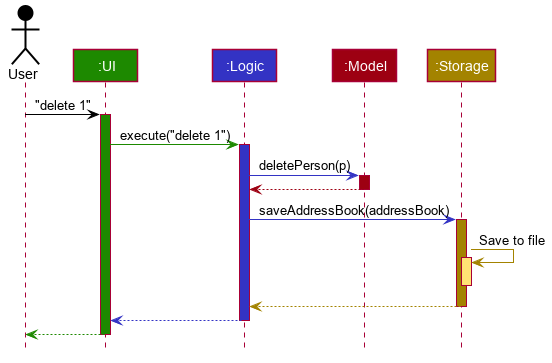
Before: docs/images/ArchitectureSequenceDiagram.png, a diagram exported from PlantUML (xCelestialPhoenix/main).
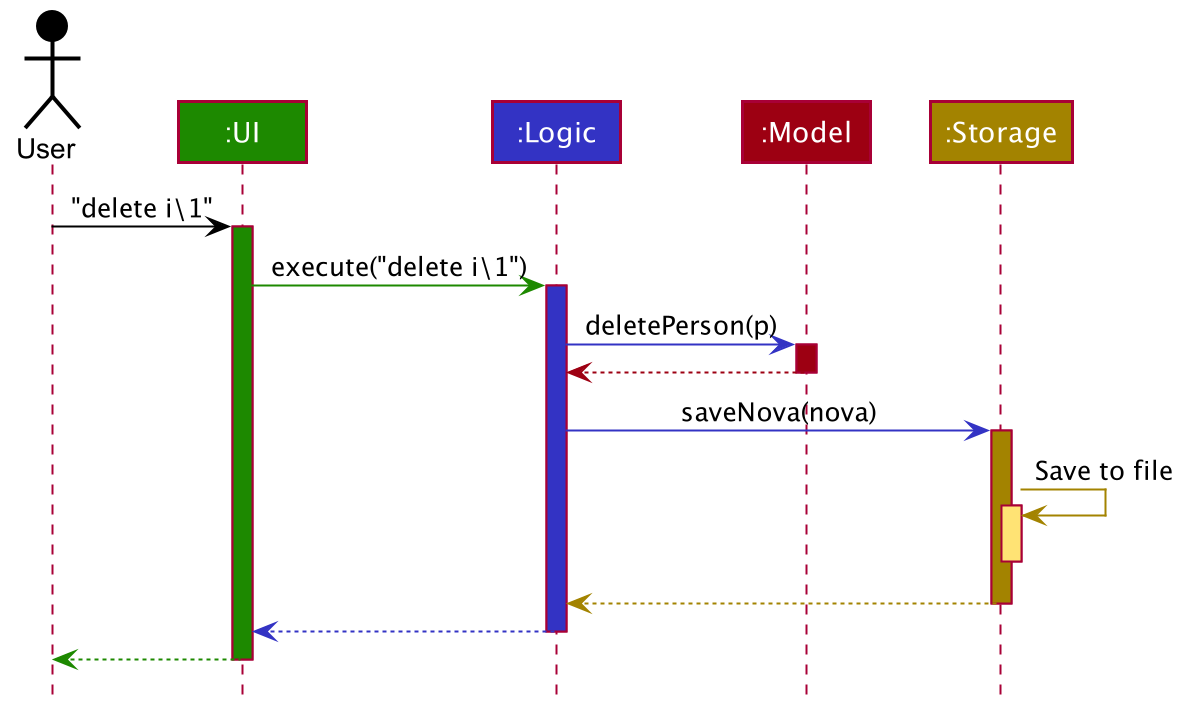
After the commit.

Commit message:
Edited parts that concerns Address Book feature, as well as SettingUp.adoc as it was still using SE-EDU address book level 3 rather than NOVA.

Change to the diagram source:
```diff
@@ -54,10 +54,10 @@
 Participant ":Model" as model #9D0012
 Participant ":Storage" as storage #A38300
 
-user -[#000000]> ui : "delete 1"
+user -[#000000]> ui : "delete i\1"
 activate ui #1D8900
 
-ui -[#1D8900]> logic : execute("delete 1")
+ui -[#1D8900]> logic : execute("delete i\1")
 activate logic #3333C4
 
 logic -[#3333C4]> model : deletePerson(p)
@@ -66,7 +66,7 @@
 model -[#9D0012]-> logic
 deactivate model
 
-logic -[#3333C4]> storage : saveAddressBook(addressBook)
+logic -[#3333C4]> storage : saveNova(nova)
 activate storage #A38300
 
 storage -[#A38300]> storage : Save to file
```
